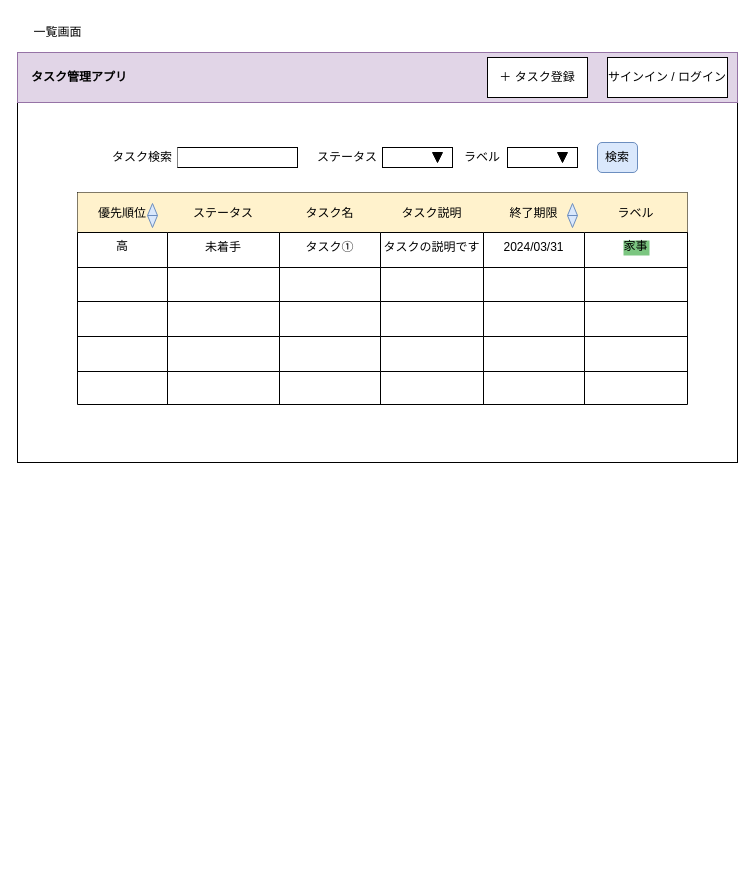
The draw.io diagram _doc/prototype.dio in ChisatoMatoba/enjoy_rails, before the edit. Source tidied: cells renumbered, new cells numbered last; positions are measured from the earlier drawing's top-left corner, leaving out a move shared by most shapes. Both pictures are drawn from the tidied source at 100%, with x=0, y=0 at pixel (17, 17).
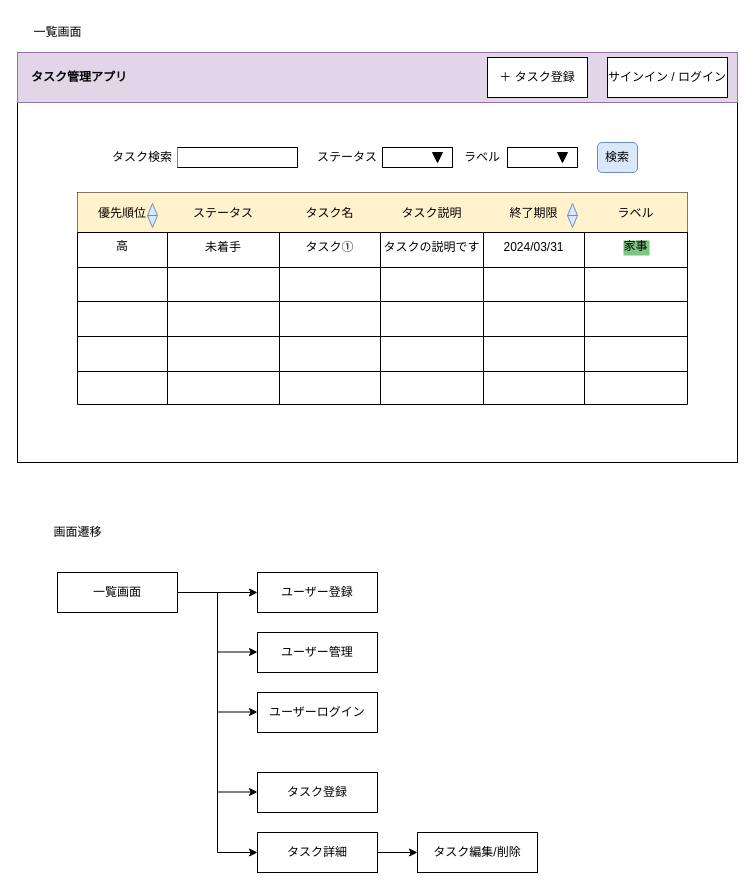
The same page after the edit.

What changed in the source:
```diff
@@
-<mxGraphModel>
+<mxGraphModel background="#FFFFFF">
@@
+    <mxCell id="63" style="html=1;entryX=0;entryY=0.5;entryDx=0;entryDy=0;" parent="1" edge="1" target="65">
+      <mxGeometry relative="1" as="geometry">
+        <mxPoint x="160" y="575" as="sourcePoint" />
+      </mxGeometry>
+    </mxCell>
+    <mxCell id="64" value="一覧画面" style="rounded=0;whiteSpace=wrap;html=1;" parent="1" vertex="1">
+      <mxGeometry x="40" y="555" width="120" height="40" as="geometry" />
+    </mxCell>
+    <mxCell id="65" value="ユーザー登録" style="rounded=0;whiteSpace=wrap;html=1;" parent="1" vertex="1">
+      <mxGeometry x="240" y="555" width="120" height="40" as="geometry" />
+    </mxCell>
+    <mxCell id="66" value="ユーザーログイン" style="rounded=0;whiteSpace=wrap;html=1;" parent="1" vertex="1">
+      <mxGeometry x="240" y="675" width="120" height="40" as="geometry" />
+    </mxCell>
+    <mxCell id="67" value="ユーザー管理" style="rounded=0;whiteSpace=wrap;html=1;" parent="1" vertex="1">
+      <mxGeometry x="240" y="615" width="120" height="40" as="geometry" />
+    </mxCell>
+    <mxCell id="68" value="タスク登録" style="rounded=0;whiteSpace=wrap;html=1;" parent="1" vertex="1">
+      <mxGeometry x="240" y="755" width="120" height="40" as="geometry" />
+    </mxCell>
+    <mxCell id="69" style="edgeStyle=none;html=1;exitX=1;exitY=0.5;exitDx=0;exitDy=0;entryX=0;entryY=0.5;entryDx=0;entryDy=0;" parent="1" edge="1" source="70" target="71">
+      <mxGeometry relative="1" as="geometry" />
+    </mxCell>
+    <mxCell id="70" value="タスク詳細" style="rounded=0;whiteSpace=wrap;html=1;" parent="1" vertex="1">
+      <mxGeometry x="240" y="815" width="120" height="40" as="geometry" />
+    </mxCell>
+    <mxCell id="71" value="タスク編集/削除" style="rounded=0;whiteSpace=wrap;html=1;" parent="1" vertex="1">
+      <mxGeometry x="400" y="815" width="120" height="40" as="geometry" />
+    </mxCell>
+    <mxCell id="72" style="endArrow=none;html=1;" parent="1" edge="1">
+      <mxGeometry relative="1" as="geometry">
+        <mxPoint x="200" y="835" as="sourcePoint" />
+        <mxPoint x="200" y="575" as="targetPoint" />
+      </mxGeometry>
+    </mxCell>
+    <mxCell id="73" style="endArrow=classic;html=1;" parent="1" edge="1" target="70">
+      <mxGeometry relative="1" as="geometry">
+        <mxPoint x="200" y="835" as="sourcePoint" />
+      </mxGeometry>
+    </mxCell>
+    <mxCell id="74" style="endArrow=classic;html=1;" parent="1" edge="1">
+      <mxGeometry relative="1" as="geometry">
+        <mxPoint x="200" y="774.5" as="sourcePoint" />
+        <mxPoint x="240" y="774.5" as="targetPoint" />
+      </mxGeometry>
+    </mxCell>
+    <mxCell id="75" style="endArrow=classic;html=1;" parent="1" edge="1">
+      <mxGeometry relative="1" as="geometry">
+        <mxPoint x="200" y="694.5" as="sourcePoint" />
+        <mxPoint x="240" y="694.5" as="targetPoint" />
+      </mxGeometry>
+    </mxCell>
+    <mxCell id="76" style="endArrow=classic;html=1;" parent="1" edge="1">
+      <mxGeometry relative="1" as="geometry">
+        <mxPoint x="200" y="634.5" as="sourcePoint" />
+        <mxPoint x="240" y="634.5" as="targetPoint" />
+      </mxGeometry>
+    </mxCell>
+    <mxCell id="77" value="画面遷移" style="text;html=1;align=center;verticalAlign=middle;strokeColor=none;fillColor=none;" parent="1" vertex="1">
+      <mxGeometry x="25" y="500" width="70" height="30" as="geometry" />
+    </mxCell>
```
